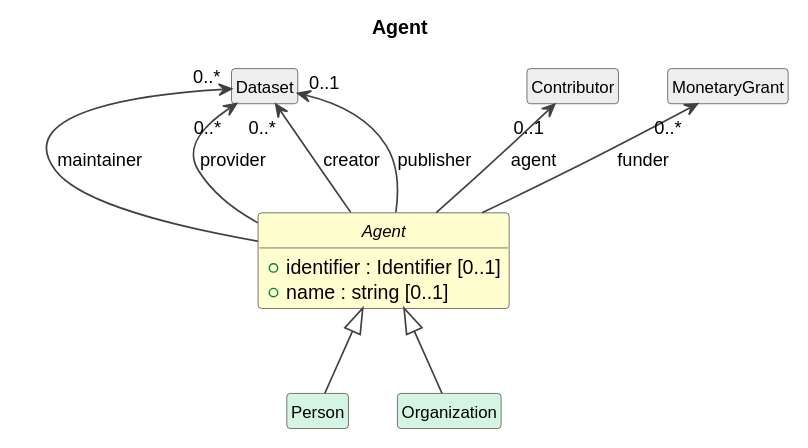
Earlier version of the PlantUML export cdif-uml-model/_plantuml/cdifDiscovery/Classes/Agent.svg (Cross-Domain-Interoperability-Framework/metadataBuildingBlocks).
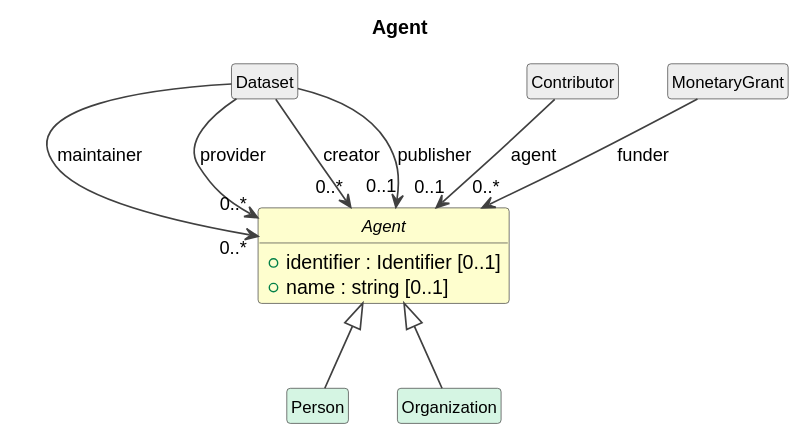
After the change.

Diff of the diagram source:
```diff
@@ -19,12 +19,12 @@
 class "Organization" as Organization #D5F5E3
 Agent <|-- Organization
 class "Dataset" as Dataset #EEEEEE
-Dataset "0..*" <-- Agent : maintainer
-Dataset "0..*" <-- Agent : provider
-Dataset "0..*" <-- Agent : creator
-Dataset "0..1" <-- Agent : publisher
+Dataset --> "0..*" Agent : maintainer
+Dataset --> "0..*" Agent : provider
+Dataset --> "0..*" Agent : creator
+Dataset --> "0..1" Agent : publisher
 class "Contributor" as Contributor #EEEEEE
-Contributor "0..1" <-- Agent : agent
+Contributor --> "0..1" Agent : agent
 class "MonetaryGrant" as MonetaryGrant #EEEEEE
-MonetaryGrant "0..*" <-- Agent : funder
+MonetaryGrant --> "0..*" Agent : funder
 @enduml
```
